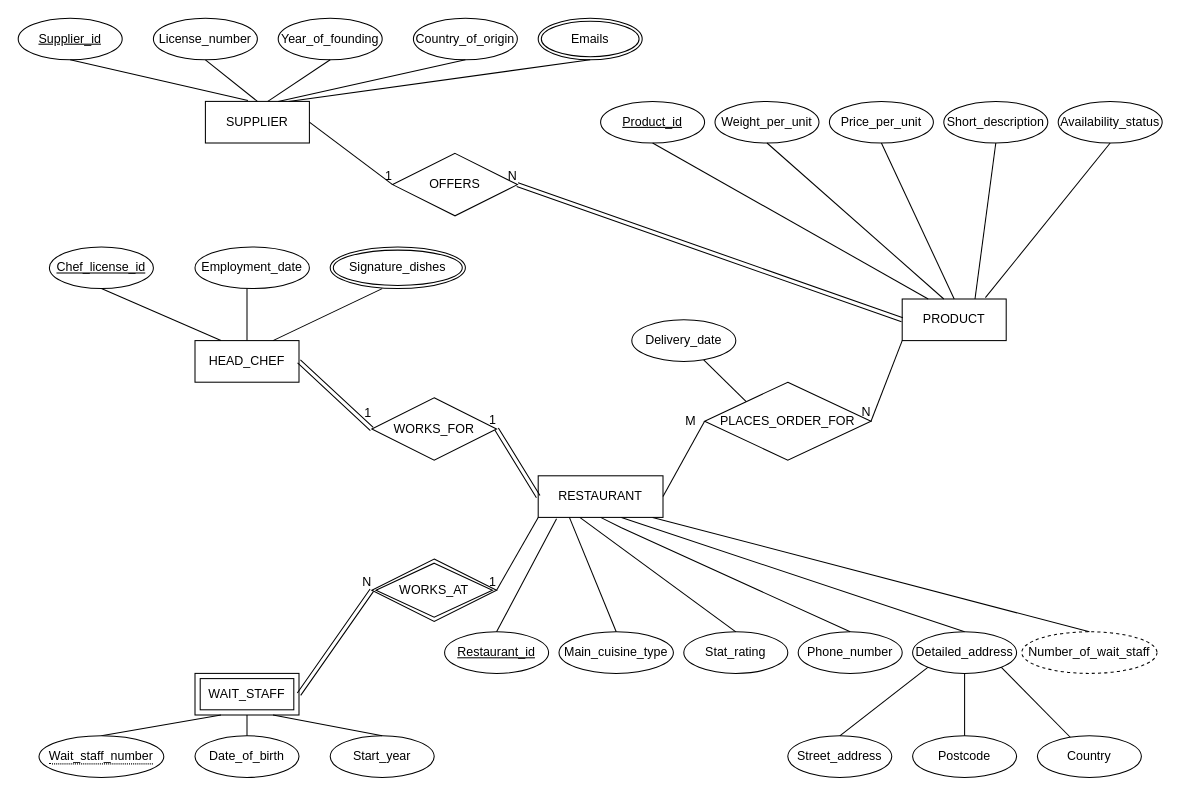
Earlier version of the draw.io diagram Untitled Diagram.drawio (Jack-UNSW/ohmyzsh). Source tidied: cells renumbered, new cells numbered last; positions are measured from the earlier drawing's top-left corner, leaving out a move shared by most shapes. Both pictures are drawn from the tidied source at 104%, with x=0, y=0 at pixel (18, 18).
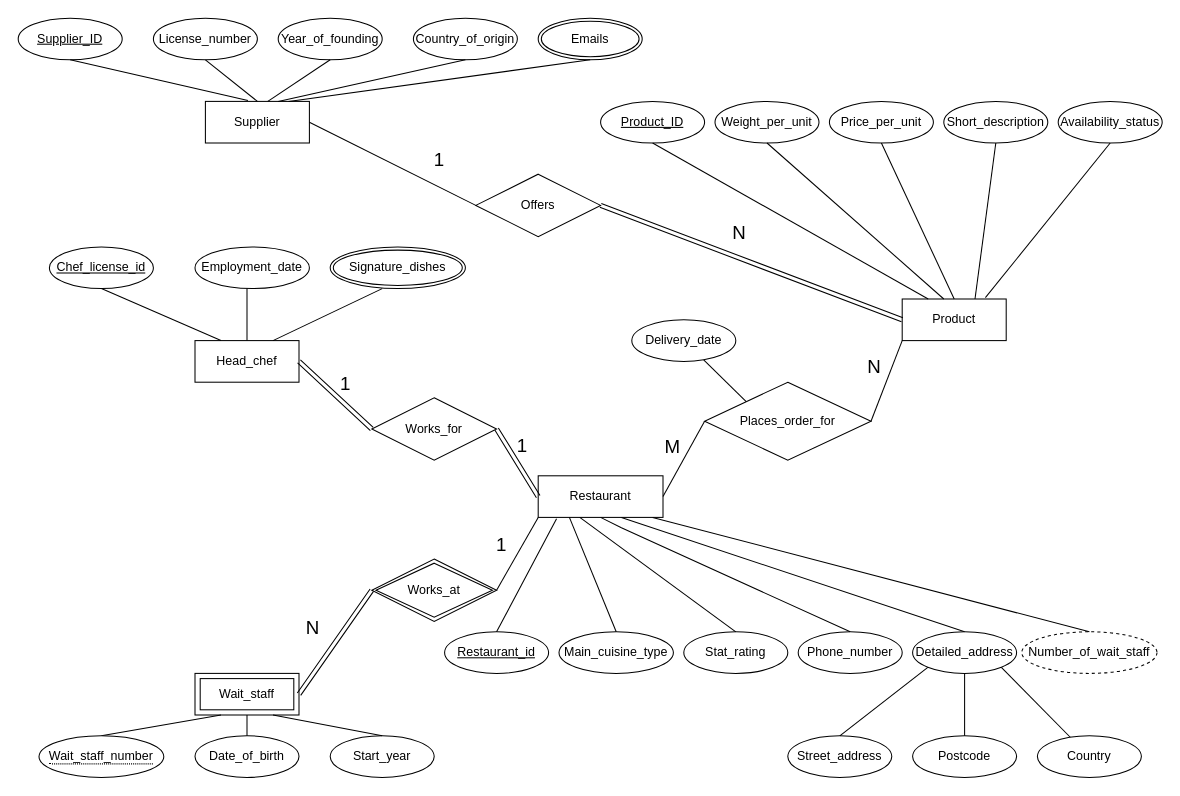
After the change.

Commit message:
真最后一版.drawio

Unchanged cells that the change refers to:
```xml
<mxCell id="19" style="endArrow=none;html=1;rounded=0;entryX=0;entryY=0.5;entryDx=0;entryDy=0;" parent="1" edge="1" target="18">
  <mxGeometry relative="1" as="geometry">
    <mxPoint x="280" y="100" as="sourcePoint" />
  </mxGeometry>
</mxCell>
<mxCell id="21" style="shape=link;html=1;rounded=0;exitX=0;exitY=0.5;exitDx=0;exitDy=0;entryX=1;entryY=0.5;entryDx=0;entryDy=0;" parent="1" edge="1" source="16" target="18">
  <mxGeometry relative="1" as="geometry" />
</mxCell>
<mxCell id="24" style="shape=link;html=1;rounded=0;entryX=0;entryY=0.5;entryDx=0;entryDy=0;" parent="1" edge="1" target="23">
  <mxGeometry relative="1" as="geometry">
    <mxPoint x="270" y="330" as="sourcePoint" />
  </mxGeometry>
</mxCell>
<mxCell id="26" style="shape=link;html=1;rounded=0;entryX=1;entryY=0.5;entryDx=0;entryDy=0;exitX=0;exitY=0.5;exitDx=0;exitDy=0;entryPerimeter=0;" parent="1" edge="1" source="17" target="23">
  <mxGeometry relative="1" as="geometry" />
</mxCell>
<mxCell id="28" style="shape=link;html=1;rounded=0;entryX=0;entryY=0.5;entryDx=0;entryDy=0;" parent="1" edge="1" target="5">
  <mxGeometry relative="1" as="geometry">
    <mxPoint x="270" y="650" as="sourcePoint" />
  </mxGeometry>
</mxCell>
<mxCell id="30" style="endArrow=none;html=1;rounded=0;entryX=1;entryY=0.5;entryDx=0;entryDy=0;exitX=0;exitY=1;exitDx=0;exitDy=0;" parent="1" edge="1" source="17" target="5">
  <mxGeometry relative="1" as="geometry" />
</mxCell>
<mxCell id="69" style="endArrow=none;html=1;rounded=0;exitX=0;exitY=0.5;exitDx=0;exitDy=0;entryX=1;entryY=0.5;entryDx=0;entryDy=0;" parent="1" edge="1" source="32" target="17">
  <mxGeometry relative="1" as="geometry" />
</mxCell>
<mxCell id="71" style="endArrow=none;html=1;rounded=0;entryX=1;entryY=0.5;entryDx=0;entryDy=0;exitX=0;exitY=1;exitDx=0;exitDy=0;" parent="1" edge="1" source="16" target="32">
  <mxGeometry relative="1" as="geometry" />
</mxCell>
```

The edit, as a diff of the source:
```diff
@@
+    <mxCell id="56" value="Postcode" style="ellipse;whiteSpace=wrap;html=1;align=center;" parent="1" vertex="1">
+      <mxGeometry x="860" y="690" width="100" height="40" as="geometry" />
+    </mxCell>
-    <mxCell id="2" value="SUPPLIER" style="whiteSpace=wrap;html=1;align=center;" parent="1" vertex="1">
+    <mxCell id="2" value="Supplier" style="whiteSpace=wrap;html=1;align=center;" parent="1" vertex="1">
       <mxGeometry x="180" y="80" width="100" height="40" as="geometry" />
     </mxCell>
-    <mxCell id="3" value="HEAD_CHEF" style="whiteSpace=wrap;html=1;align=center;" parent="1" vertex="1">
+    <mxCell id="3" value="Head_chef" style="whiteSpace=wrap;html=1;align=center;" parent="1" vertex="1">
       <mxGeometry x="170" y="310" width="100" height="40" as="geometry" />
     </mxCell>
-    <mxCell id="4" value="WAIT_STAFF" style="shape=ext;margin=3;double=1;whiteSpace=wrap;html=1;align=center;" parent="1" vertex="1">
+    <mxCell id="4" value="Wait_staff" style="shape=ext;margin=3;double=1;whiteSpace=wrap;html=1;align=center;" parent="1" vertex="1">
       <mxGeometry x="170" y="630" width="100" height="40" as="geometry" />
     </mxCell>
-    <mxCell id="5" value="WORKS_AT" style="shape=rhombus;double=1;perimeter=rhombusPerimeter;whiteSpace=wrap;html=1;align=center;" parent="1" vertex="1">
+    <mxCell id="5" value="Works_at" style="shape=rhombus;double=1;perimeter=rhombusPerimeter;whiteSpace=wrap;html=1;align=center;" parent="1" vertex="1">
       <mxGeometry x="340" y="520" width="120" height="60" as="geometry" />
     </mxCell>
-    <mxCell id="6" value="Supplier_id" style="ellipse;whiteSpace=wrap;html=1;align=center;fontStyle=4;" parent="1" vertex="1">
+    <mxCell id="6" value="Supplier_ID" style="ellipse;whiteSpace=wrap;html=1;align=center;fontStyle=4;" parent="1" vertex="1">
       <mxGeometry width="100" height="40" as="geometry" />
     </mxCell>
@@
-    <mxCell id="11" value="Product_id" style="ellipse;whiteSpace=wrap;html=1;align=center;fontStyle=4;" parent="1" vertex="1">
+    <mxCell id="11" value="Product_ID" style="ellipse;whiteSpace=wrap;html=1;align=center;fontStyle=4;" parent="1" vertex="1">
       <mxGeometry x="560" y="80" width="100" height="40" as="geometry" />
     </mxCell>
@@
-    <mxCell id="16" value="PRODUCT" style="whiteSpace=wrap;html=1;align=center;" parent="1" vertex="1">
+    <mxCell id="16" value="Product" style="whiteSpace=wrap;html=1;align=center;" parent="1" vertex="1">
       <mxGeometry x="850" y="270" width="100" height="40" as="geometry" />
     </mxCell>
-    <mxCell id="17" value="RESTAURANT" style="whiteSpace=wrap;html=1;align=center;" parent="1" vertex="1">
+    <mxCell id="17" value="Restaurant" style="whiteSpace=wrap;html=1;align=center;" parent="1" vertex="1">
       <mxGeometry x="500" y="440" width="120" height="40" as="geometry" />
     </mxCell>
-    <mxCell id="18" value="OFFERS" style="shape=rhombus;perimeter=rhombusPerimeter;whiteSpace=wrap;html=1;align=center;" parent="1" vertex="1">
-      <mxGeometry x="360" y="130" width="120" height="60" as="geometry" />
+    <mxCell id="18" value="Offers" style="shape=rhombus;perimeter=rhombusPerimeter;whiteSpace=wrap;html=1;align=center;" parent="1" vertex="1">
+      <mxGeometry x="440" y="150" width="120" height="60" as="geometry" />
     </mxCell>
@@
-    <mxCell id="20" value="&lt;font style=&quot;font-size: 12px&quot;&gt;1&lt;/font&gt;" style="html=1;align=right;verticalAlign=bottom;" parent="19" vertex="1">
-      <mxGeometry x="1" relative="1" as="geometry" />
+    <mxCell id="20" value="&lt;font style=&quot;font-size: 18px;&quot;&gt;1&lt;/font&gt;" style="html=1;align=right;verticalAlign=bottom;fontSize=18;" parent="19" vertex="1">
+      <mxGeometry x="1" relative="1" as="geometry">
+        <mxPoint x="-30" y="-30" as="offset" />
+      </mxGeometry>
     </mxCell>
@@
-    <mxCell id="22" value="N" style="html=1;align=right;verticalAlign=bottom;" parent="21" vertex="1">
-      <mxGeometry x="1" relative="1" as="geometry" />
+    <mxCell id="22" value="N" style="html=1;align=right;verticalAlign=bottom;fontSize=18;" parent="21" vertex="1">
+      <mxGeometry x="1" relative="1" as="geometry">
+        <mxPoint x="140" y="40" as="offset" />
+      </mxGeometry>
     </mxCell>
-    <mxCell id="23" value="WORKS_FOR" style="shape=rhombus;perimeter=rhombusPerimeter;whiteSpace=wrap;html=1;align=center;" parent="1" vertex="1">
+    <mxCell id="23" value="Works_for" style="shape=rhombus;perimeter=rhombusPerimeter;whiteSpace=wrap;html=1;align=center;" parent="1" vertex="1">
       <mxGeometry x="340" y="365" width="120" height="60" as="geometry" />
     </mxCell>
@@
-    <mxCell id="25" value="1" style="html=1;align=right;verticalAlign=bottom;" parent="24" vertex="1">
+    <mxCell id="25" value="1" style="html=1;align=right;verticalAlign=bottom;fontSize=18;" parent="24" vertex="1">
       <mxGeometry x="1" relative="1" as="geometry">
-        <mxPoint y="-7" as="offset" />
+        <mxPoint x="-20" y="-30" as="offset" />
       </mxGeometry>
     </mxCell>
@@
-    <mxCell id="27" value="1" style="html=1;align=right;verticalAlign=bottom;" parent="26" vertex="1">
-      <mxGeometry x="1" relative="1" as="geometry" />
+    <mxCell id="27" value="1" style="html=1;align=right;verticalAlign=bottom;fontSize=18;" parent="26" vertex="1">
+      <mxGeometry x="1" relative="1" as="geometry">
+        <mxPoint x="30" y="30" as="offset" />
+      </mxGeometry>
     </mxCell>
@@
-    <mxCell id="29" value="N" style="html=1;align=right;verticalAlign=bottom;" parent="28" vertex="1">
-      <mxGeometry x="1" relative="1" as="geometry" />
+    <mxCell id="29" value="N" style="html=1;align=right;verticalAlign=bottom;fontSize=18;" parent="28" vertex="1">
+      <mxGeometry x="1" relative="1" as="geometry">
+        <mxPoint x="-50" y="50" as="offset" />
+      </mxGeometry>
     </mxCell>
@@
-    <mxCell id="31" value="1" style="html=1;align=right;verticalAlign=bottom;" parent="30" vertex="1">
-      <mxGeometry x="1" relative="1" as="geometry" />
+    <mxCell id="31" value="1" style="html=1;align=right;verticalAlign=bottom;fontSize=18;" parent="30" vertex="1">
+      <mxGeometry x="1" relative="1" as="geometry">
+        <mxPoint x="10" y="-30" as="offset" />
+      </mxGeometry>
     </mxCell>
-    <mxCell id="32" value="PLACES_ORDER_FOR&lt;br&gt;" style="shape=rhombus;perimeter=rhombusPerimeter;whiteSpace=wrap;html=1;align=center;" parent="1" vertex="1">
+    <mxCell id="32" value="Places_order_for" style="shape=rhombus;perimeter=rhombusPerimeter;whiteSpace=wrap;html=1;align=center;" parent="1" vertex="1">
       <mxGeometry x="660" y="350" width="160" height="75" as="geometry" />
     </mxCell>
@@
-    <mxCell id="56" value="Postcode" style="ellipse;whiteSpace=wrap;html=1;align=center;" parent="1" vertex="1">
-      <mxGeometry x="860" y="690" width="100" height="40" as="geometry" />
-    </mxCell>
@@
-    <mxCell id="70" value="M" style="html=1;align=left;verticalAlign=bottom;" parent="69" vertex="1">
+    <mxCell id="70" value="M" style="html=1;align=left;verticalAlign=bottom;fontSize=18;" parent="69" vertex="1">
       <mxGeometry x="-1" relative="1" as="geometry">
-        <mxPoint x="-20" y="8" as="offset" />
+        <mxPoint x="-40" y="38" as="offset" />
       </mxGeometry>
     </mxCell>
@@
-    <mxCell id="72" value="N" style="html=1;align=right;verticalAlign=bottom;" parent="71" vertex="1">
-      <mxGeometry x="1" relative="1" as="geometry" />
+    <mxCell id="72" value="&lt;font style=&quot;font-size: 18px&quot;&gt;N&lt;/font&gt;" style="html=1;align=right;verticalAlign=bottom;" parent="71" vertex="1">
+      <mxGeometry x="1" relative="1" as="geometry">
+        <mxPoint x="10" y="-38" as="offset" />
+      </mxGeometry>
     </mxCell>
```
